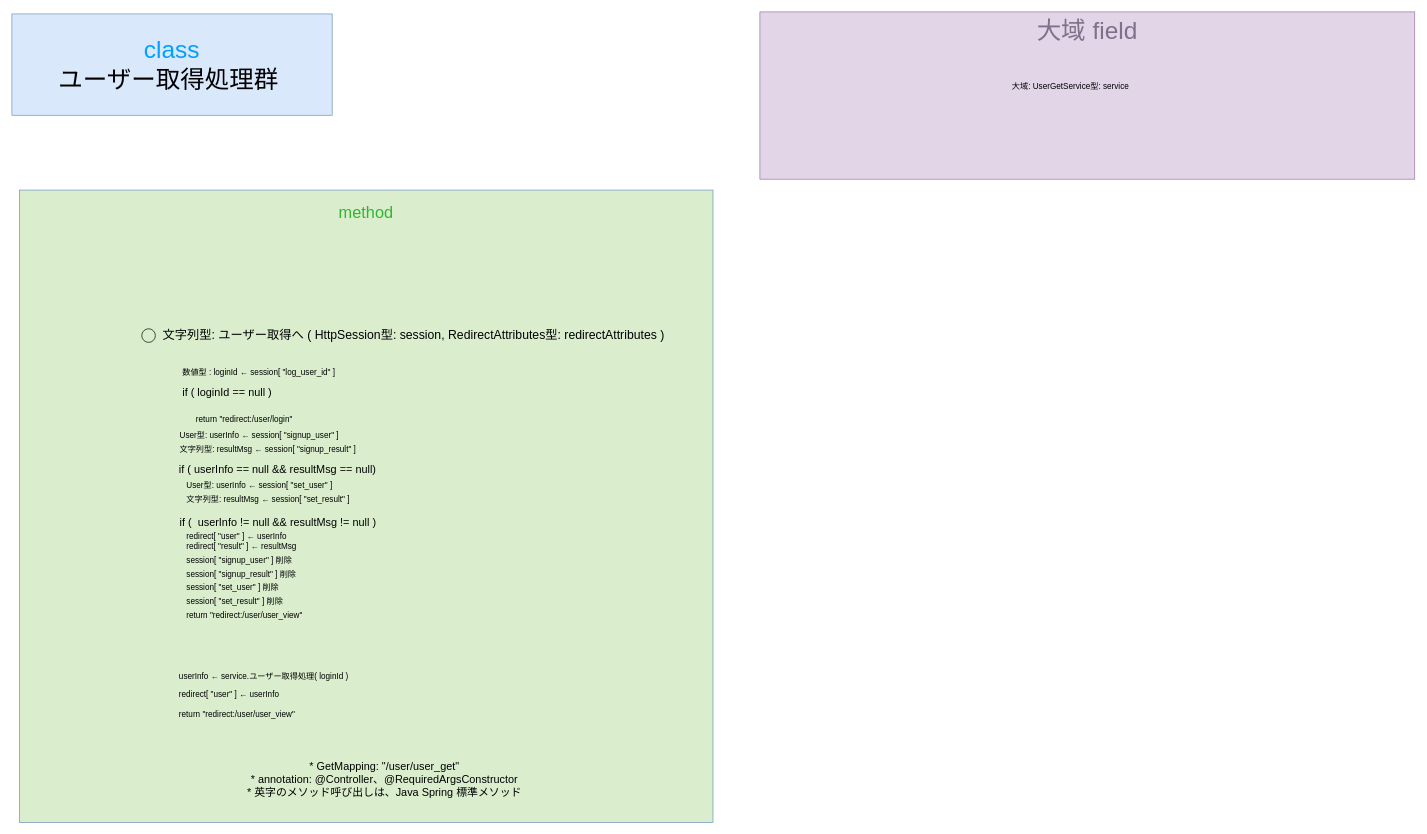
tro319/meeting_reservation_system keeps this draw.io diagram as gijigengo/controller/user/meeting_reservation_sys controller_user UserGetControllerクラス 疑似言語.drawio. Above is the earlier version. Source tidied: cells renumbered, new cells numbered last; positions are measured from the earlier drawing's top-left corner, leaving out a move shared by most shapes. Both pictures are drawn from the tidied source at 68%, with x=0, y=0 at pixel (12, 12).
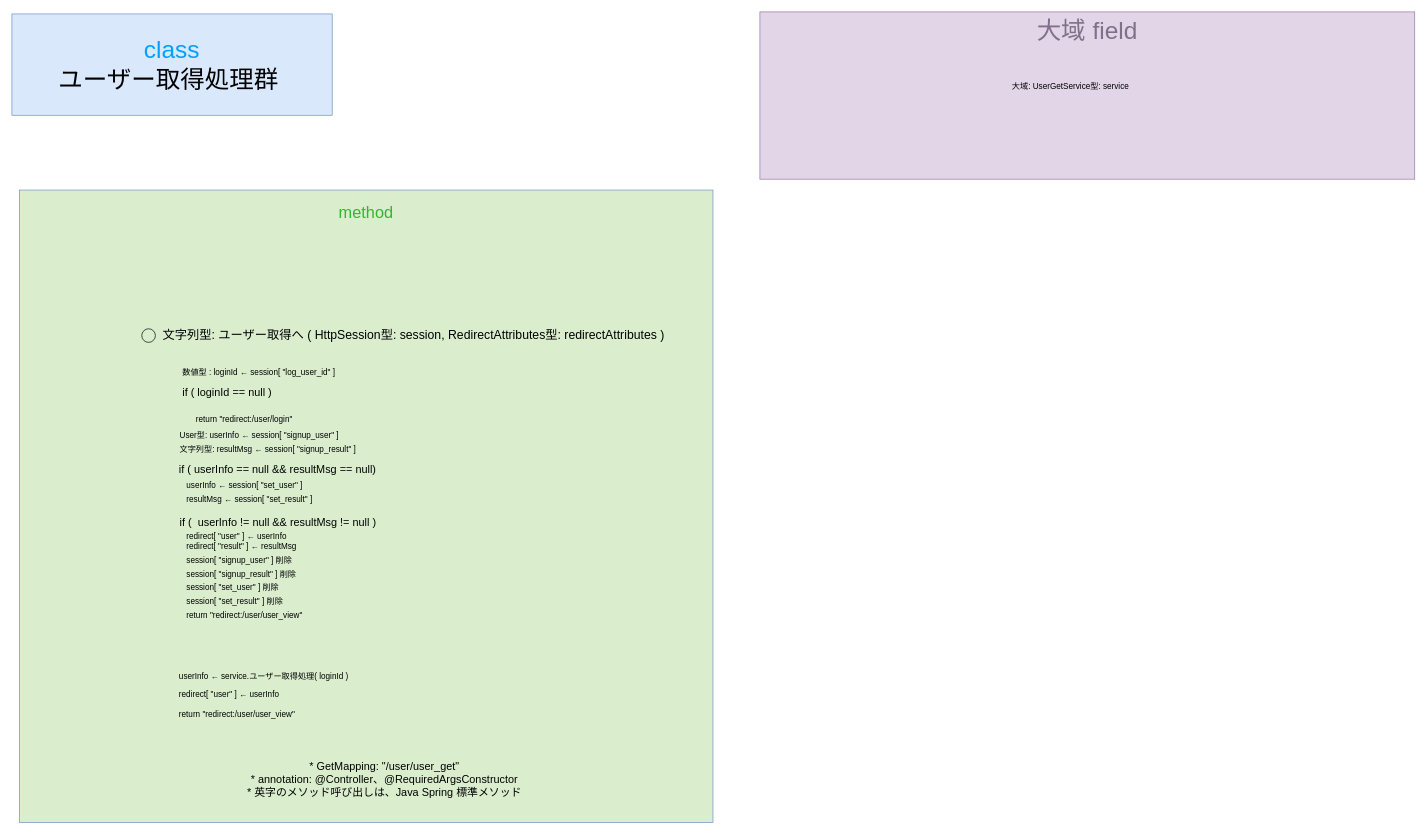
Above is the later version.

Diff of the diagram source:
```diff
@@
-    <mxCell id="24" value="User型: userInfo ← session[ &quot;set_user&quot; ]" style="text;html=1;whiteSpace=wrap;strokeColor=none;fillColor=none;align=left;verticalAlign=middle;rounded=0;" parent="1" vertex="1">
+    <mxCell id="24" value="userInfo ← session[ &quot;set_user&quot; ]" style="text;html=1;whiteSpace=wrap;strokeColor=none;fillColor=none;align=left;verticalAlign=middle;rounded=0;" parent="1" vertex="1">
       <mxGeometry x="255" y="682" width="590" height="30" as="geometry" />
     </mxCell>
-    <mxCell id="25" value="文字列型: resultMsg ← session[ &quot;set_result&quot; ]" style="text;html=1;whiteSpace=wrap;strokeColor=none;fillColor=none;align=left;verticalAlign=middle;rounded=0;" parent="1" vertex="1">
+    <mxCell id="25" value="resultMsg ← session[ &quot;set_result&quot; ]" style="text;html=1;whiteSpace=wrap;strokeColor=none;fillColor=none;align=left;verticalAlign=middle;rounded=0;" parent="1" vertex="1">
       <mxGeometry x="255" y="702" width="590" height="30" as="geometry" />
     </mxCell>
```
